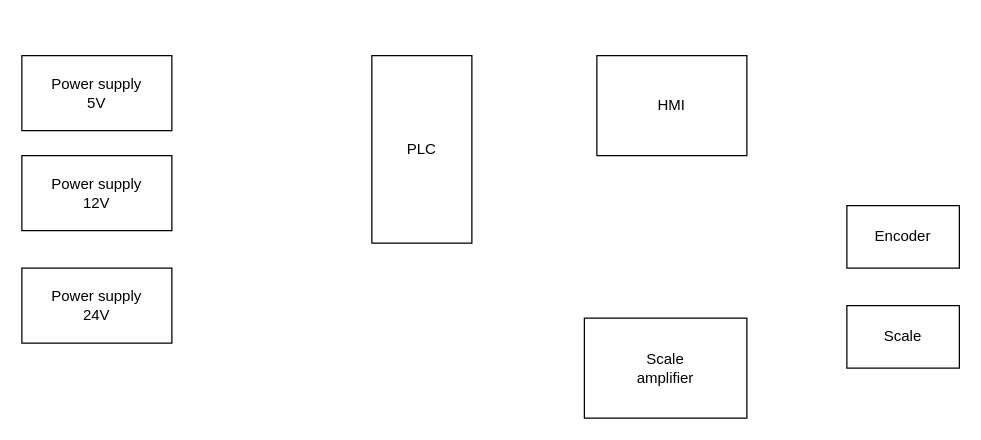
Earlier version of the draw.io diagram schema_energy_source.drawio (mggluscevic59/draw_io). Source tidied: cells renumbered, new cells numbered last; positions are measured from the earlier drawing's top-left corner, leaving out a move shared by most shapes. Both pictures are drawn from the tidied source at 125%, with x=0, y=0 at pixel (21, 55).
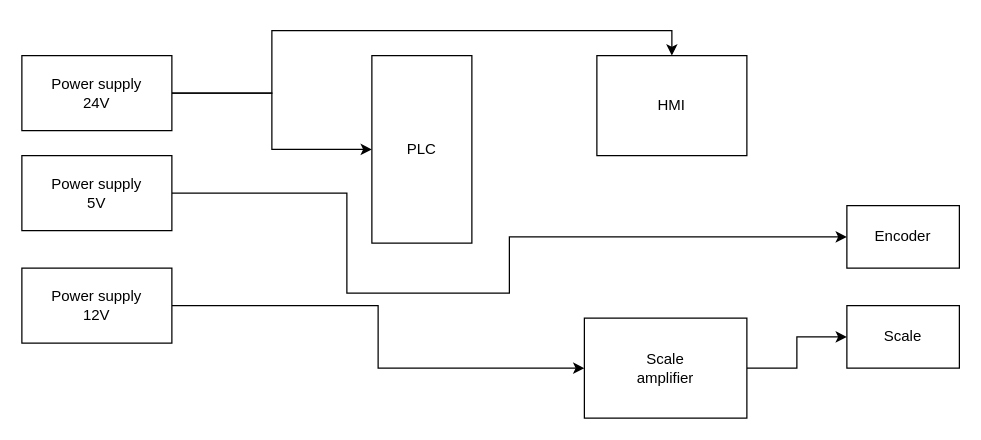
After the change.

What changed in the source:
```diff
@@
 <mxGraphModel>
   <root>
     <mxCell id="0" />
     <mxCell id="1" parent="0" />
+    <mxCell id="10" style="edgeStyle=orthogonalEdgeStyle;rounded=0;jettySize=auto;html=1;entryX=0;entryY=0.5;entryDx=0;entryDy=0;" parent="1" edge="1" source="2" target="5">
+      <mxGeometry relative="1" as="geometry" />
+    </mxCell>
+    <mxCell id="11" style="edgeStyle=orthogonalEdgeStyle;rounded=0;jettySize=auto;html=1;entryX=0.5;entryY=0;entryDx=0;entryDy=0;" parent="1" edge="1" source="2" target="6">
+      <mxGeometry relative="1" as="geometry">
+        <Array as="points">
+          <mxPoint x="200" y="30" />
+          <mxPoint x="200" y="-20" />
+          <mxPoint x="520" y="-20" />
+        </Array>
+      </mxGeometry>
+    </mxCell>
-    <mxCell id="2" value="Power supply&lt;div&gt;5V&lt;/div&gt;" style="rounded=0;whiteSpace=wrap;html=1;" parent="1" vertex="1">
+    <mxCell id="2" value="Power supply&lt;div&gt;24V&lt;/div&gt;" style="rounded=0;whiteSpace=wrap;html=1;" parent="1" vertex="1">
       <mxGeometry width="120" height="60" as="geometry" />
     </mxCell>
+    <mxCell id="12" style="edgeStyle=orthogonalEdgeStyle;rounded=0;jettySize=auto;html=1;entryX=0;entryY=0.5;entryDx=0;entryDy=0;" parent="1" edge="1" source="3" target="7">
+      <mxGeometry relative="1" as="geometry">
+        <Array as="points">
+          <mxPoint x="260" y="110" />
+          <mxPoint x="260" y="190" />
+          <mxPoint x="390" y="190" />
+          <mxPoint x="390" y="145" />
+        </Array>
+      </mxGeometry>
+    </mxCell>
-    <mxCell id="3" value="Power supply&lt;div&gt;12V&lt;/div&gt;" style="rounded=0;whiteSpace=wrap;html=1;" parent="1" vertex="1">
+    <mxCell id="3" value="Power supply&lt;div&gt;5V&lt;/div&gt;" style="rounded=0;whiteSpace=wrap;html=1;" parent="1" vertex="1">
       <mxGeometry y="80" width="120" height="60" as="geometry" />
     </mxCell>
+    <mxCell id="13" style="edgeStyle=orthogonalEdgeStyle;rounded=0;jettySize=auto;html=1;entryX=0;entryY=0.5;entryDx=0;entryDy=0;" parent="1" edge="1" source="4" target="9">
+      <mxGeometry relative="1" as="geometry" />
+    </mxCell>
-    <mxCell id="4" value="Power supply&lt;div&gt;24V&lt;/div&gt;" style="rounded=0;whiteSpace=wrap;html=1;" parent="1" vertex="1">
+    <mxCell id="4" value="Power supply&lt;div&gt;12V&lt;/div&gt;" style="rounded=0;whiteSpace=wrap;html=1;" parent="1" vertex="1">
       <mxGeometry y="170" width="120" height="60" as="geometry" />
     </mxCell>
     <mxCell id="5" value="PLC" style="rounded=0;whiteSpace=wrap;html=1;" parent="1" vertex="1">
       <mxGeometry x="280" width="80" height="150" as="geometry" />
     </mxCell>
     <mxCell id="6" value="HMI" style="rounded=0;whiteSpace=wrap;html=1;" parent="1" vertex="1">
       <mxGeometry x="460" width="120" height="80" as="geometry" />
     </mxCell>
     <mxCell id="7" value="Encoder" style="rounded=0;whiteSpace=wrap;html=1;" parent="1" vertex="1">
       <mxGeometry x="660" y="120" width="90" height="50" as="geometry" />
     </mxCell>
     <mxCell id="8" value="Scale" style="rounded=0;whiteSpace=wrap;html=1;" parent="1" vertex="1">
       <mxGeometry x="660" y="200" width="90" height="50" as="geometry" />
     </mxCell>
+    <mxCell id="14" style="edgeStyle=orthogonalEdgeStyle;rounded=0;jettySize=auto;html=1;exitX=1;exitY=0.5;exitDx=0;exitDy=0;entryX=0;entryY=0.5;entryDx=0;entryDy=0;" parent="1" edge="1" source="9" target="8">
+      <mxGeometry relative="1" as="geometry" />
+    </mxCell>
     <mxCell id="9" value="Scale&lt;div&gt;amplifier&lt;/div&gt;" style="rounded=0;whiteSpace=wrap;html=1;" parent="1" vertex="1">
       <mxGeometry x="450" y="210" width="130" height="80" as="geometry" />
     </mxCell>
   </root>
 </mxGraphModel>
```
